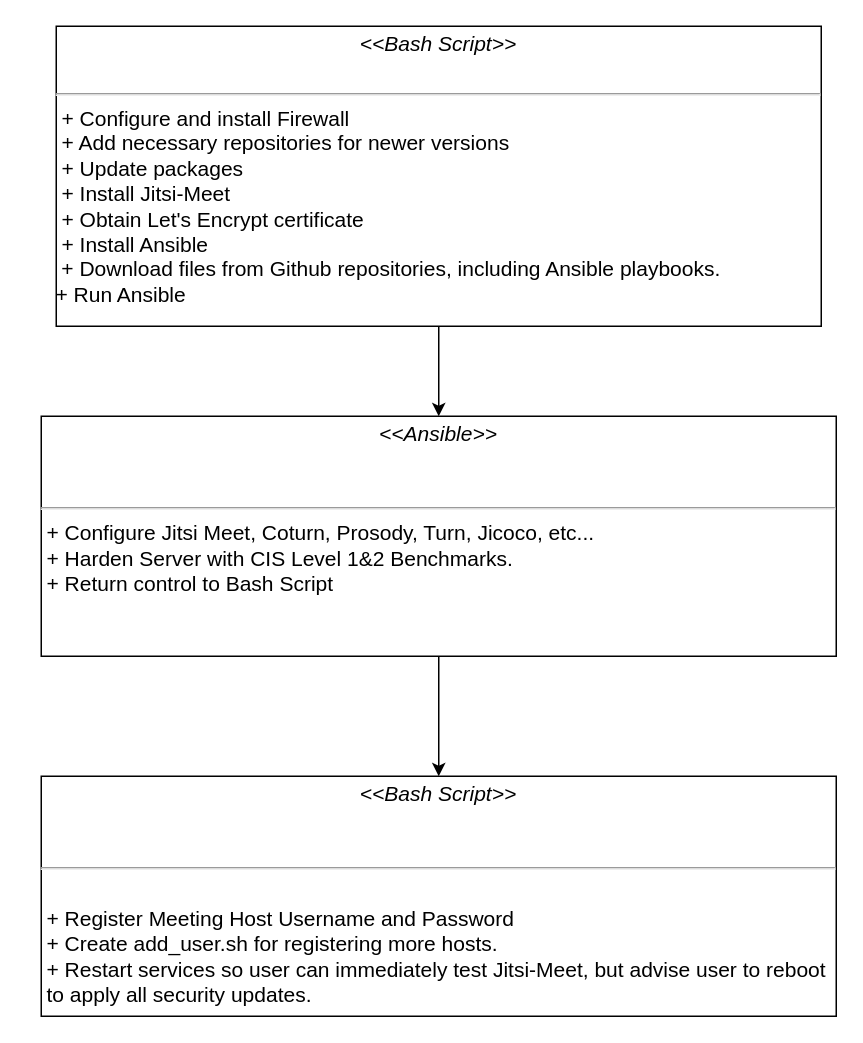
Above: diagrams/Fig1.drawio in fgamgee/Jitsi-Meet-Secure-Server (draw.io), before the change. Source tidied: cells renumbered, new cells numbered last; positions are measured from the earlier drawing's top-left corner, leaving out a move shared by most shapes. Both pictures are drawn from the tidied source at 150%, with x=0, y=0 at pixel (40, 26).
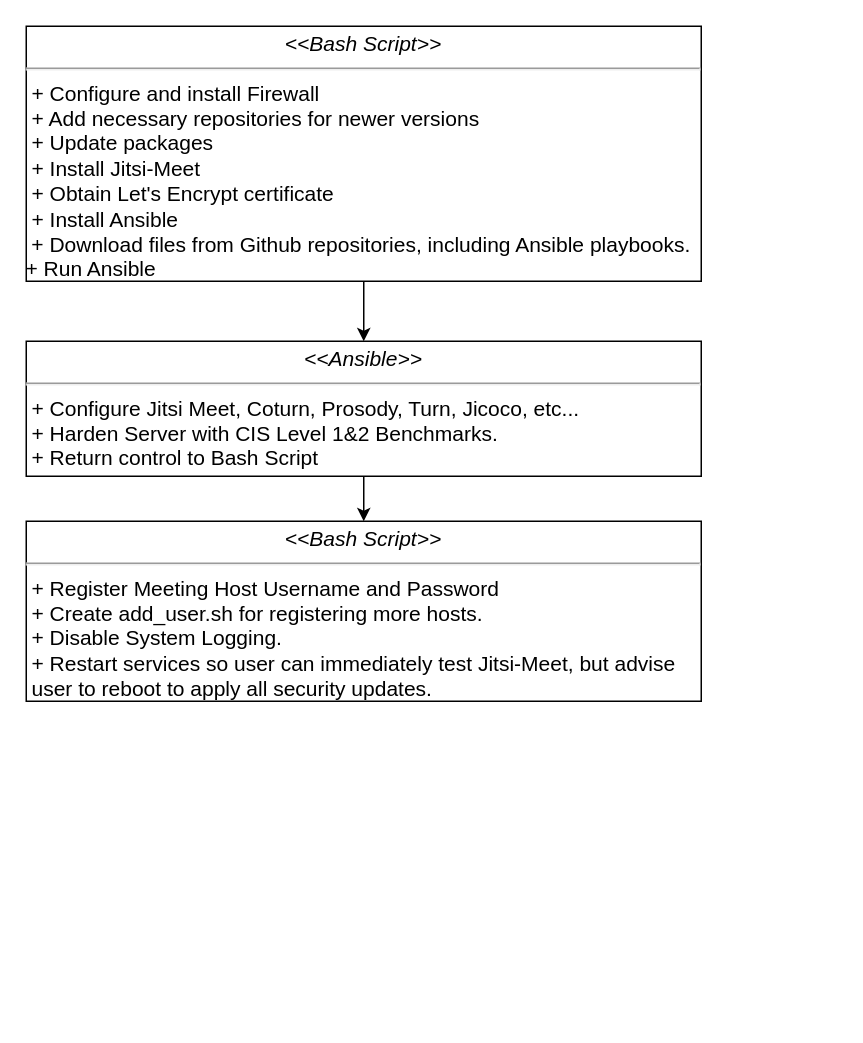
Above is the later version.

Commit message (it also covers changes not shown here):
Update Design Diagram

What changed in the source:
```diff
@@
 <mxGraphModel>
   <root>
     <mxCell id="0" />
     <mxCell id="1" parent="0" />
     <mxCell id="2" style="edgeStyle=orthogonalEdgeStyle;rounded=0;jettySize=auto;html=1;fontSize=14;" parent="1" edge="1" source="3" target="5">
       <mxGeometry relative="1" as="geometry" />
     </mxCell>
-    <mxCell id="3" value="&lt;p style=&quot;margin: 4px 0px 0px ; text-align: center ; font-size: 14px&quot;&gt;&lt;i style=&quot;font-size: 14px&quot;&gt;&amp;lt;&amp;lt;Bash Script&amp;gt;&amp;gt;&lt;/i&gt;&lt;br style=&quot;font-size: 14px&quot;&gt;&lt;br style=&quot;font-size: 14px&quot;&gt;&lt;/p&gt;&lt;hr style=&quot;font-size: 14px&quot;&gt;&lt;p style=&quot;margin: 0px 0px 0px 4px ; font-size: 14px&quot;&gt;&lt;/p&gt;&lt;p style=&quot;margin: 0px 0px 0px 4px ; font-size: 14px&quot;&gt;+ Configure and install Firewall&lt;/p&gt;&lt;p style=&quot;margin: 0px 0px 0px 4px ; font-size: 14px&quot;&gt;+ Add necessary repositories for newer versions&lt;/p&gt;&lt;p style=&quot;margin: 0px 0px 0px 4px ; font-size: 14px&quot;&gt;+&amp;nbsp;&lt;span&gt;Update packages&lt;/span&gt;&lt;/p&gt;&lt;p style=&quot;margin: 0px 0px 0px 4px ; font-size: 14px&quot;&gt;&lt;span&gt;+ Install Jitsi-Meet&lt;/span&gt;&lt;/p&gt;&lt;p style=&quot;margin: 0px 0px 0px 4px ; font-size: 14px&quot;&gt;&lt;span&gt;+ Obtain Let's Encrypt certificate&lt;/span&gt;&lt;/p&gt;&lt;p style=&quot;margin: 0px 0px 0px 4px ; font-size: 14px&quot;&gt;+ Install Ansible&lt;/p&gt;&amp;nbsp;+ Download files from Github repositories, including Ansible playbooks.&lt;br style=&quot;font-size: 14px&quot;&gt;+ Run Ansible&lt;br style=&quot;font-size: 14px&quot;&gt;&lt;br style=&quot;font-size: 14px&quot;&gt;" style="verticalAlign=top;align=left;overflow=fill;fontSize=14;fontFamily=Helvetica;html=1;" parent="1" vertex="1">
-      <mxGeometry x="10" width="510" height="200" as="geometry" />
+    <mxCell id="3" value="&lt;p style=&quot;margin: 4px 0px 0px ; text-align: center ; font-size: 14px&quot;&gt;&lt;i style=&quot;font-size: 14px&quot;&gt;&amp;lt;&amp;lt;Bash Script&amp;gt;&amp;gt;&lt;/i&gt;&lt;br style=&quot;font-size: 14px&quot;&gt;&lt;/p&gt;&lt;hr style=&quot;font-size: 14px&quot;&gt;&lt;p style=&quot;margin: 0px 0px 0px 4px ; font-size: 14px&quot;&gt;&lt;/p&gt;&lt;p style=&quot;margin: 0px 0px 0px 4px ; font-size: 14px&quot;&gt;+ Configure and install Firewall&lt;/p&gt;&lt;p style=&quot;margin: 0px 0px 0px 4px ; font-size: 14px&quot;&gt;+ Add necessary repositories for newer versions&lt;/p&gt;&lt;p style=&quot;margin: 0px 0px 0px 4px ; font-size: 14px&quot;&gt;+&amp;nbsp;&lt;span&gt;Update packages&lt;/span&gt;&lt;/p&gt;&lt;p style=&quot;margin: 0px 0px 0px 4px ; font-size: 14px&quot;&gt;&lt;span&gt;+ Install Jitsi-Meet&lt;/span&gt;&lt;/p&gt;&lt;p style=&quot;margin: 0px 0px 0px 4px ; font-size: 14px&quot;&gt;&lt;span&gt;+ Obtain Let's Encrypt certificate&lt;/span&gt;&lt;/p&gt;&lt;p style=&quot;margin: 0px 0px 0px 4px ; font-size: 14px&quot;&gt;+ Install Ansible&lt;/p&gt;&amp;nbsp;+ Download files from Github repositories, including Ansible playbooks.&lt;br style=&quot;font-size: 14px&quot;&gt;+ Run Ansible&lt;br style=&quot;font-size: 14px&quot;&gt;&lt;br style=&quot;font-size: 14px&quot;&gt;" style="verticalAlign=top;align=left;overflow=fill;fontSize=14;fontFamily=Helvetica;html=1;" parent="1" vertex="1">
+      <mxGeometry x="-10" width="450" height="170" as="geometry" />
     </mxCell>
     <mxCell id="4" style="edgeStyle=orthogonalEdgeStyle;rounded=0;jettySize=auto;html=1;fontSize=14;" parent="1" edge="1" source="5" target="6">
       <mxGeometry relative="1" as="geometry" />
     </mxCell>
-    <mxCell id="5" value="&lt;p style=&quot;margin: 4px 0px 0px ; text-align: center ; font-size: 14px&quot;&gt;&lt;i style=&quot;font-size: 14px&quot;&gt;&amp;lt;&amp;lt;Ansible&amp;gt;&amp;gt;&lt;/i&gt;&lt;br style=&quot;font-size: 14px&quot;&gt;&lt;br style=&quot;font-size: 14px&quot;&gt;&lt;/p&gt;&lt;p style=&quot;margin: 0px 0px 0px 4px ; font-size: 14px&quot;&gt;&lt;br style=&quot;font-size: 14px&quot;&gt;&lt;/p&gt;&lt;hr style=&quot;font-size: 14px&quot;&gt;&lt;p style=&quot;margin: 0px 0px 0px 4px ; font-size: 14px&quot;&gt;+ Configure Jitsi Meet, Coturn, Prosody, Turn, Jicoco, etc...&lt;br style=&quot;font-size: 14px&quot;&gt;+ Harden Server with CIS Level 1&amp;amp;2 Benchmarks.&lt;/p&gt;&lt;p style=&quot;margin: 0px 0px 0px 4px ; font-size: 14px&quot;&gt;+ Return control to Bash Script&lt;/p&gt;" style="verticalAlign=top;align=left;overflow=fill;fontSize=14;fontFamily=Helvetica;html=1;" parent="1" vertex="1">
-      <mxGeometry y="260" width="530" height="160" as="geometry" />
+    <mxCell id="5" value="&lt;p style=&quot;margin: 4px 0px 0px ; text-align: center ; font-size: 14px&quot;&gt;&lt;i style=&quot;font-size: 14px&quot;&gt;&amp;lt;&amp;lt;Ansible&amp;gt;&amp;gt;&lt;/i&gt;&lt;/p&gt;&lt;hr style=&quot;font-size: 14px&quot;&gt;&lt;p style=&quot;margin: 0px 0px 0px 4px ; font-size: 14px&quot;&gt;+ Configure Jitsi Meet, Coturn, Prosody, Turn, Jicoco, etc...&lt;br style=&quot;font-size: 14px&quot;&gt;+ Harden Server with CIS Level 1&amp;amp;2 Benchmarks.&lt;/p&gt;&lt;p style=&quot;margin: 0px 0px 0px 4px ; font-size: 14px&quot;&gt;+ Return control to Bash Script&lt;/p&gt;" style="verticalAlign=top;align=left;overflow=fill;fontSize=14;fontFamily=Helvetica;html=1;" parent="1" vertex="1">
+      <mxGeometry x="-10" y="210" width="450" height="90" as="geometry" />
     </mxCell>
-    <mxCell id="6" value="&lt;p style=&quot;margin: 4px 0px 0px ; text-align: center ; font-size: 14px&quot;&gt;&lt;i style=&quot;font-size: 14px&quot;&gt;&amp;lt;&amp;lt;Bash Script&amp;gt;&amp;gt;&lt;/i&gt;&lt;br style=&quot;font-size: 14px&quot;&gt;&lt;br style=&quot;font-size: 14px&quot;&gt;&lt;/p&gt;&lt;p style=&quot;margin: 0px 0px 0px 4px ; font-size: 14px&quot;&gt;&lt;br style=&quot;font-size: 14px&quot;&gt;&lt;/p&gt;&lt;hr style=&quot;font-size: 14px&quot;&gt;&lt;p style=&quot;margin: 0px 0px 0px 4px ; font-size: 14px&quot;&gt;&lt;br&gt;&lt;/p&gt;&lt;p style=&quot;margin: 0px 0px 0px 4px ; font-size: 14px&quot;&gt;+ Register Meeting Host Username and Password&lt;/p&gt;&lt;p style=&quot;margin: 0px 0px 0px 4px ; font-size: 14px&quot;&gt;+ Create add_user.sh for registering more hosts.&lt;/p&gt;&lt;p style=&quot;margin: 0px 0px 0px 4px ; font-size: 14px&quot;&gt;+ Restart services so user can immediately test Jitsi-Meet, but advise user to reboot&lt;/p&gt;&lt;p style=&quot;margin: 0px 0px 0px 4px ; font-size: 14px&quot;&gt;to apply all security updates.&lt;/p&gt;" style="verticalAlign=top;align=left;overflow=fill;fontSize=14;fontFamily=Helvetica;html=1;" parent="1" vertex="1">
-      <mxGeometry y="500" width="530" height="160" as="geometry" />
+    <mxCell id="6" value="&lt;p style=&quot;margin: 4px 0px 0px ; text-align: center ; font-size: 14px&quot;&gt;&lt;i style=&quot;font-size: 14px&quot;&gt;&amp;lt;&amp;lt;Bash Script&amp;gt;&amp;gt;&lt;/i&gt;&lt;/p&gt;&lt;hr style=&quot;font-size: 14px&quot;&gt;&lt;p style=&quot;margin: 0px 0px 0px 4px ; font-size: 14px&quot;&gt;&lt;span&gt;+ Register Meeting Host Username and Password&lt;/span&gt;&lt;br&gt;&lt;/p&gt;&lt;p style=&quot;margin: 0px 0px 0px 4px ; font-size: 14px&quot;&gt;+ Create add_user.sh for registering more hosts.&lt;/p&gt;&lt;p style=&quot;margin: 0px 0px 0px 4px ; font-size: 14px&quot;&gt;+ Disable System Logging.&lt;/p&gt;&lt;p style=&quot;margin: 0px 0px 0px 4px ; font-size: 14px&quot;&gt;+ Restart services so user can immediately test Jitsi-Meet, but advise&amp;nbsp;&lt;/p&gt;&lt;p style=&quot;margin: 0px 0px 0px 4px ; font-size: 14px&quot;&gt;user to&amp;nbsp;&lt;span&gt;reboot&amp;nbsp;&lt;/span&gt;&lt;span&gt;to apply all security updates.&lt;/span&gt;&lt;/p&gt;" style="verticalAlign=top;align=left;overflow=fill;fontSize=14;fontFamily=Helvetica;html=1;" parent="1" vertex="1">
+      <mxGeometry x="-10" y="330" width="450" height="120" as="geometry" />
     </mxCell>
+    <mxCell id="7" style="edgeStyle=orthogonalEdgeStyle;rounded=0;orthogonalLoop=1;jettySize=auto;html=1;exitX=0.5;exitY=1;exitDx=0;exitDy=0;" parent="1" edge="1" source="3" target="3">
+      <mxGeometry relative="1" as="geometry" />
+    </mxCell>
   </root>
 </mxGraphModel>
```
